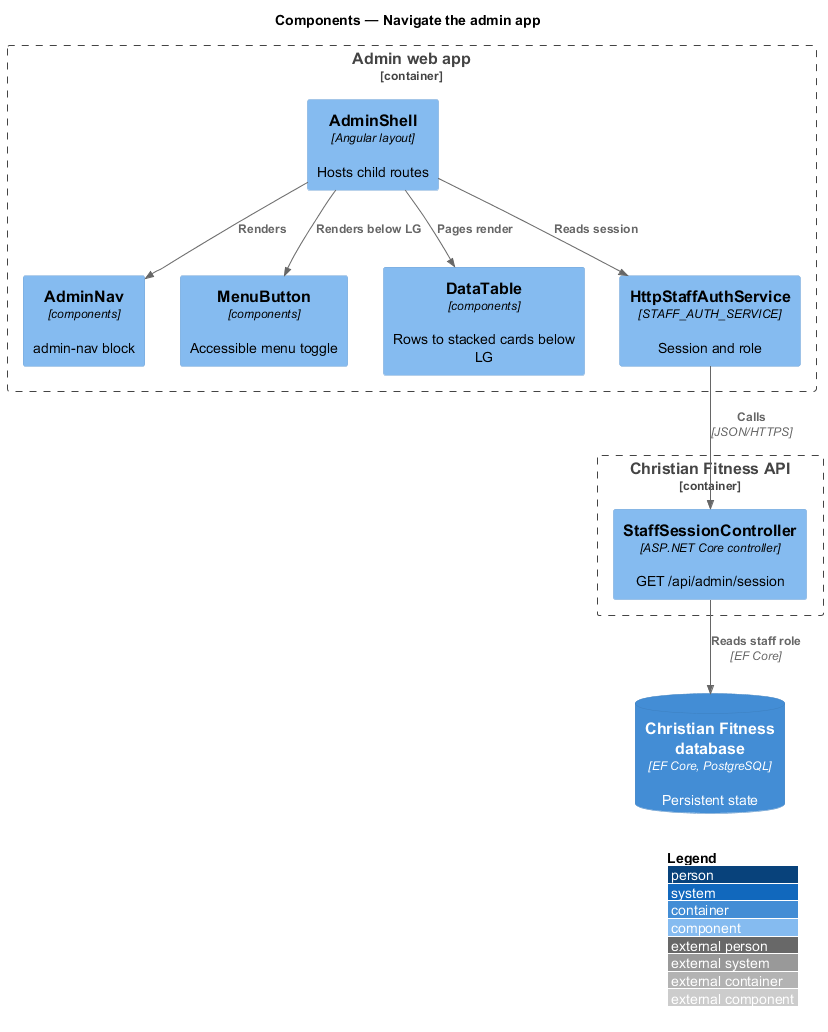
QuinntyneBrown/christian-fitness keeps this PlantUML diagram as docs/detailed-designs/admin-access/navigate-admin-app/diagrams/c4-component.png. Above is the earlier version.
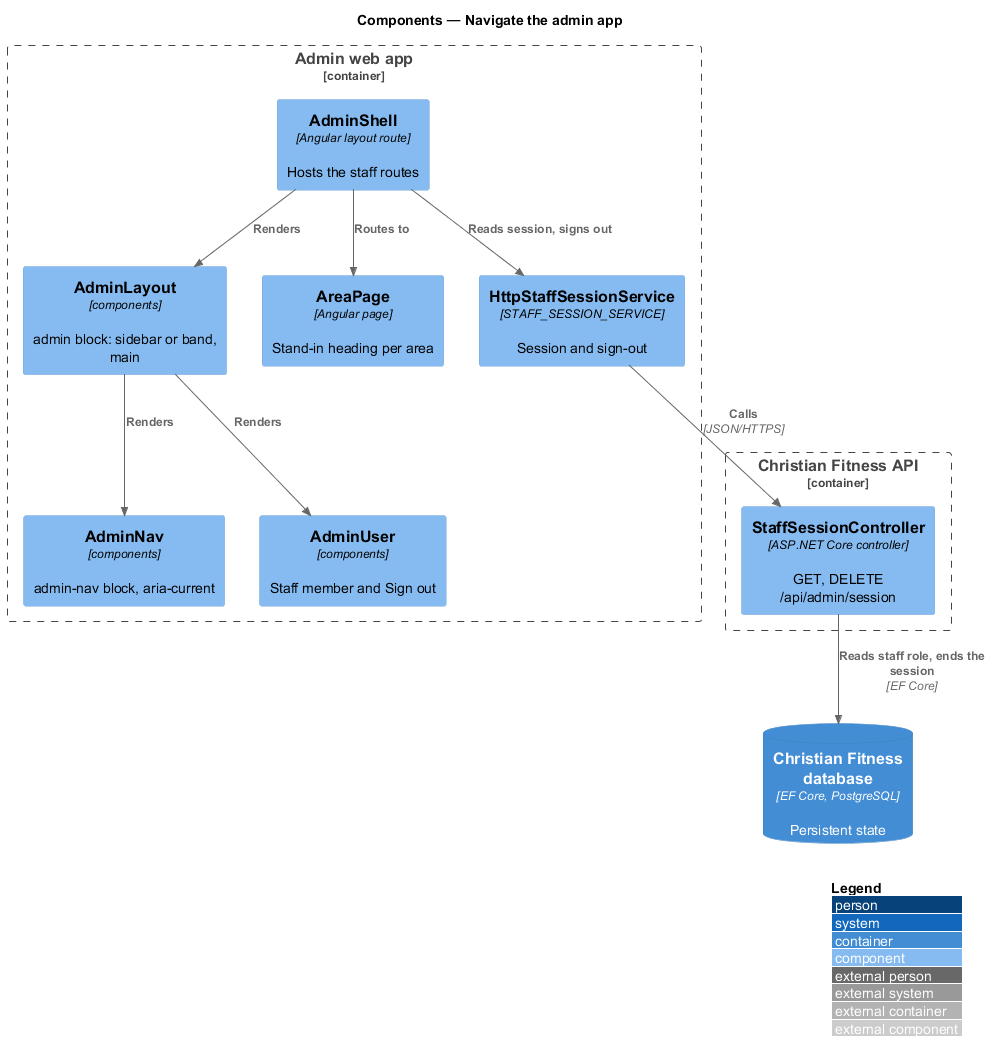
Later version of the same file.

Change to the diagram source:
```diff
@@ -4,21 +4,23 @@
 title Components — Navigate the admin app
 
 Container_Boundary(admin, "Admin web app") {
-  Component(shell, "AdminShell", "Angular layout", "Hosts child routes")
-  Component(nav, "AdminNav", "components", "admin-nav block")
-  Component(menu, "MenuButton", "components", "Accessible menu toggle")
-  Component(table, "DataTable", "components", "Rows to stacked cards below LG")
-  Component(svc, "HttpStaffAuthService", "STAFF_AUTH_SERVICE", "Session and role")
+  Component(shell, "AdminShell", "Angular layout route", "Hosts the staff routes")
+  Component(layout, "AdminLayout", "components", "admin block: sidebar or band, main")
+  Component(nav, "AdminNav", "components", "admin-nav block, aria-current")
+  Component(user, "AdminUser", "components", "Staff member and Sign out")
+  Component(area, "AreaPage", "Angular page", "Stand-in heading per area")
+  Component(svc, "HttpStaffSessionService", "STAFF_SESSION_SERVICE", "Session and sign-out")
 }
 Container_Boundary(api, "Christian Fitness API") {
-  Component(ctrl, "StaffSessionController", "ASP.NET Core controller", "GET /api/admin/session")
+  Component(ctrl, "StaffSessionController", "ASP.NET Core controller", "GET, DELETE /api/admin/session")
 }
 ContainerDb(db, "Christian Fitness database", "EF Core, PostgreSQL", "Persistent state")
 
-Rel(shell, nav, "Renders")
-Rel(shell, menu, "Renders below LG")
-Rel(shell, table, "Pages render")
-Rel(shell, svc, "Reads session")
+Rel(shell, layout, "Renders")
+Rel(layout, nav, "Renders")
+Rel(layout, user, "Renders")
+Rel(shell, area, "Routes to")
+Rel(shell, svc, "Reads session, signs out")
 Rel(svc, ctrl, "Calls", "JSON/HTTPS")
-Rel(ctrl, db, "Reads staff role", "EF Core")
+Rel(ctrl, db, "Reads staff role, ends the session", "EF Core")
 @enduml
```
